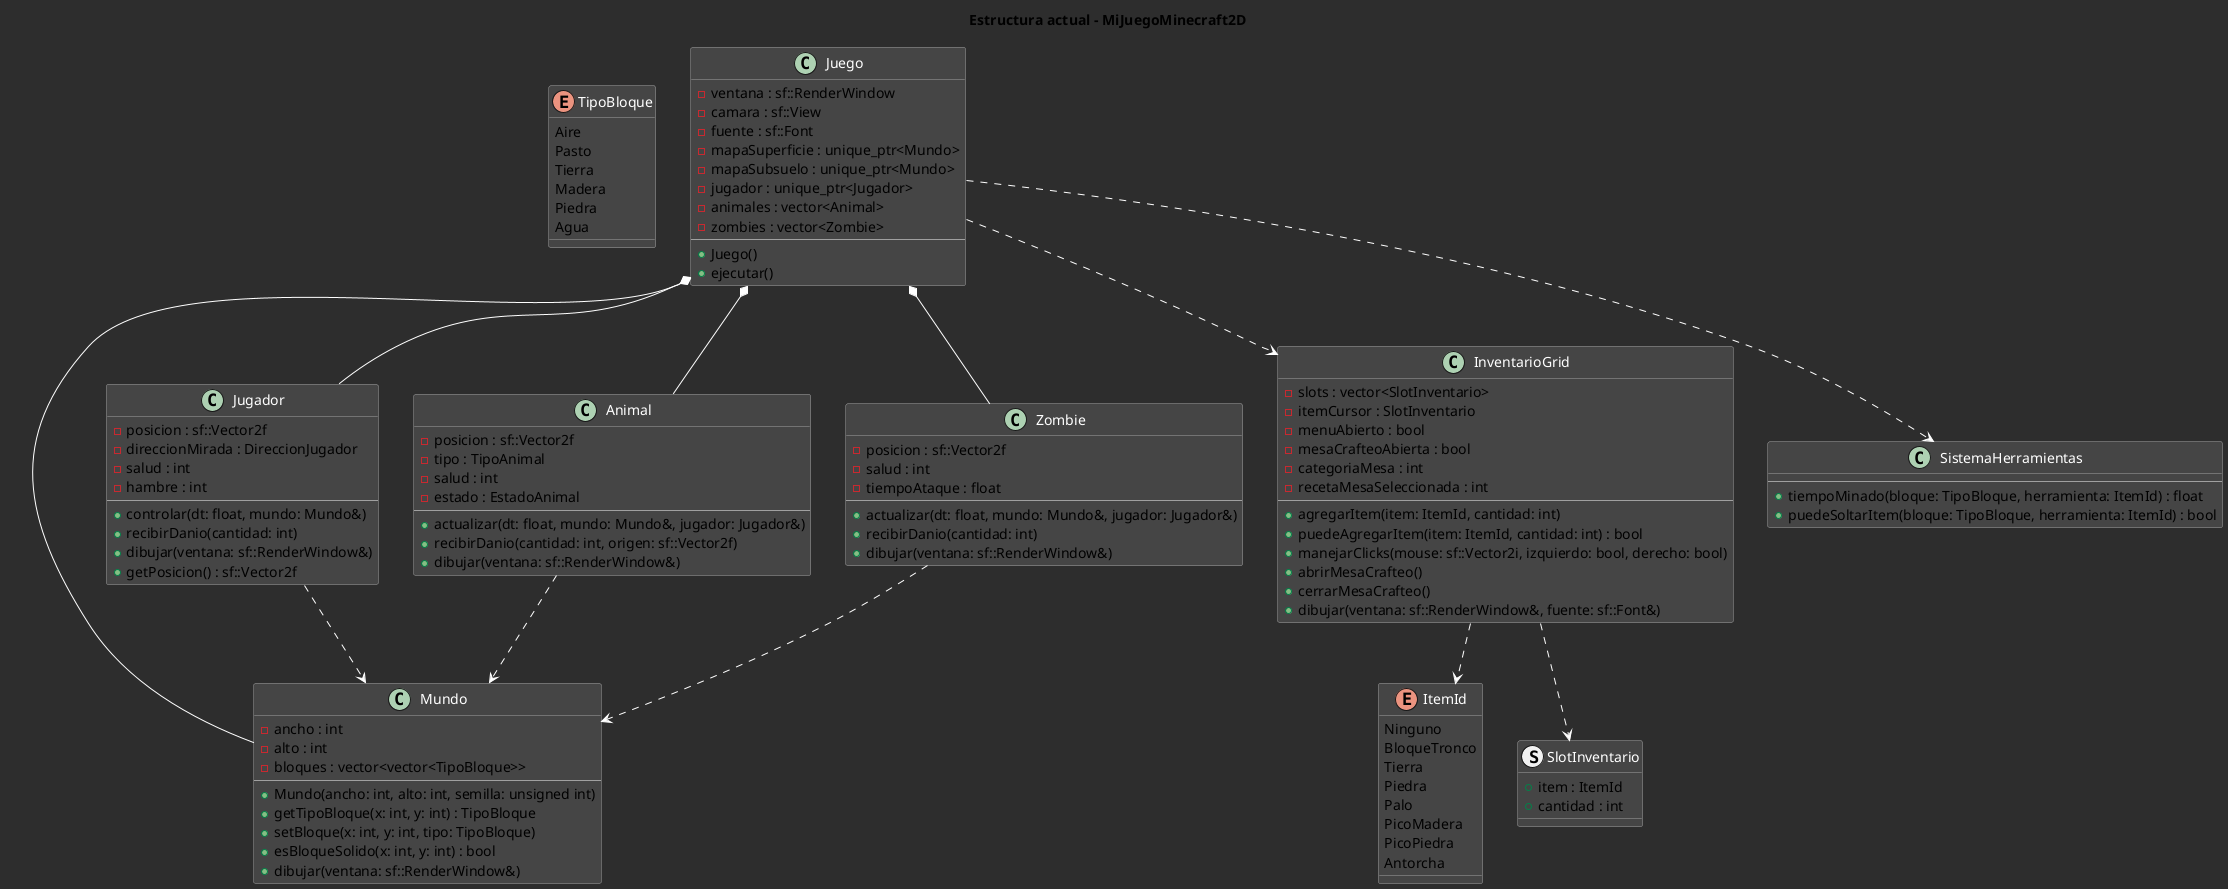
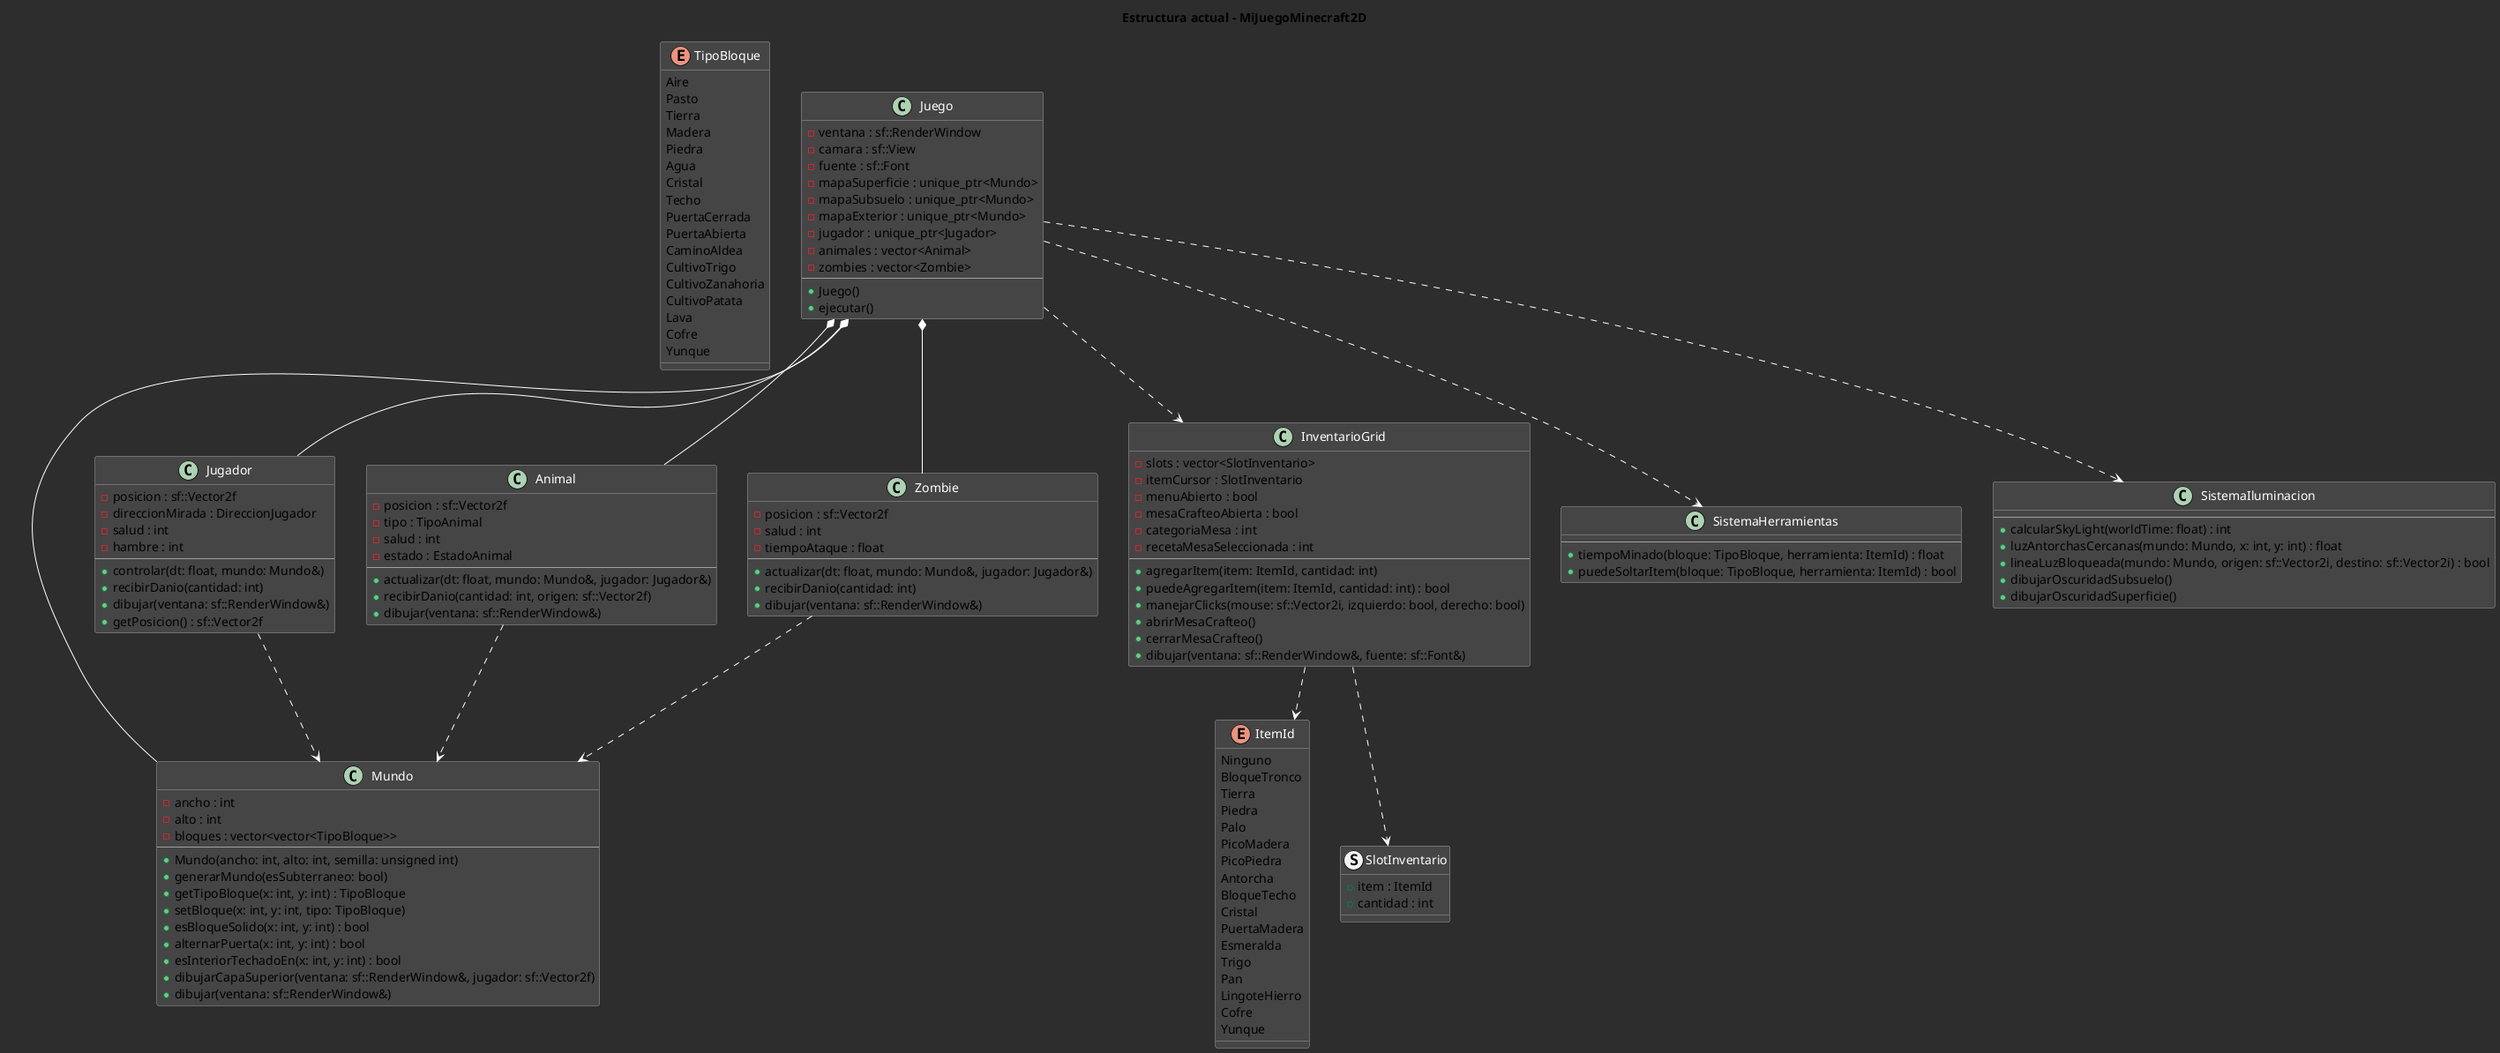
@startuml MiJuegoMinecraft2D

skinparam backgroundColor #2D2D2D
skinparam class {
    BackgroundColor #454545
    ArrowColor White
    BorderColor #A0A0A0
    FontColor White
    FontName "Courier New"
}

title Estructura actual - MiJuegoMinecraft2D

enum TipoBloque {
    Aire
    Pasto
    Tierra
    Madera
    Piedra
    Agua
+     Cristal
+     Techo
+     PuertaCerrada
+     PuertaAbierta
+     CaminoAldea
+     CultivoTrigo
+     CultivoZanahoria
+     CultivoPatata
+     Lava
+     Cofre
+     Yunque
}

enum ItemId {
    Ninguno
    BloqueTronco
    Tierra
    Piedra
    Palo
    PicoMadera
    PicoPiedra
    Antorcha
+     BloqueTecho
+     Cristal
+     PuertaMadera
+     Esmeralda
+     Trigo
+     Pan
+     LingoteHierro
+     Cofre
+     Yunque
}

struct SlotInventario {
    + item : ItemId
    + cantidad : int
}

class Juego {
    - ventana : sf::RenderWindow
    - camara : sf::View
    - fuente : sf::Font
    - mapaSuperficie : unique_ptr<Mundo>
    - mapaSubsuelo : unique_ptr<Mundo>
+     - mapaExterior : unique_ptr<Mundo>
    - jugador : unique_ptr<Jugador>
    - animales : vector<Animal>
    - zombies : vector<Zombie>
    --
    + Juego()
    + ejecutar()
}

class Mundo {
    - ancho : int
    - alto : int
    - bloques : vector<vector<TipoBloque>>
    --
    + Mundo(ancho: int, alto: int, semilla: unsigned int)
+     + generarMundo(esSubterraneo: bool)
    + getTipoBloque(x: int, y: int) : TipoBloque
    + setBloque(x: int, y: int, tipo: TipoBloque)
    + esBloqueSolido(x: int, y: int) : bool
+     + alternarPuerta(x: int, y: int) : bool
+     + esInteriorTechadoEn(x: int, y: int) : bool
+     + dibujarCapaSuperior(ventana: sf::RenderWindow&, jugador: sf::Vector2f)
    + dibujar(ventana: sf::RenderWindow&)
}

class Jugador {
    - posicion : sf::Vector2f
    - direccionMirada : DireccionJugador
    - salud : int
    - hambre : int
    --
    + controlar(dt: float, mundo: Mundo&)
    + recibirDanio(cantidad: int)
    + dibujar(ventana: sf::RenderWindow&)
    + getPosicion() : sf::Vector2f
}

class Animal {
    - posicion : sf::Vector2f
    - tipo : TipoAnimal
    - salud : int
    - estado : EstadoAnimal
    --
    + actualizar(dt: float, mundo: Mundo&, jugador: Jugador&)
    + recibirDanio(cantidad: int, origen: sf::Vector2f)
    + dibujar(ventana: sf::RenderWindow&)
}

class Zombie {
    - posicion : sf::Vector2f
    - salud : int
    - tiempoAtaque : float
    --
    + actualizar(dt: float, mundo: Mundo&, jugador: Jugador&)
    + recibirDanio(cantidad: int)
    + dibujar(ventana: sf::RenderWindow&)
}

class InventarioGrid {
    - slots : vector<SlotInventario>
    - itemCursor : SlotInventario
    - menuAbierto : bool
    - mesaCrafteoAbierta : bool
    - categoriaMesa : int
    - recetaMesaSeleccionada : int
    --
    + agregarItem(item: ItemId, cantidad: int)
    + puedeAgregarItem(item: ItemId, cantidad: int) : bool
    + manejarClicks(mouse: sf::Vector2i, izquierdo: bool, derecho: bool)
    + abrirMesaCrafteo()
    + cerrarMesaCrafteo()
    + dibujar(ventana: sf::RenderWindow&, fuente: sf::Font&)
}

class SistemaHerramientas {
    --
    + tiempoMinado(bloque: TipoBloque, herramienta: ItemId) : float
    + puedeSoltarItem(bloque: TipoBloque, herramienta: ItemId) : bool
}

+ class SistemaIluminacion {
+     --
+     + calcularSkyLight(worldTime: float) : int
+     + luzAntorchasCercanas(mundo: Mundo, x: int, y: int) : float
+     + lineaLuzBloqueada(mundo: Mundo, origen: sf::Vector2i, destino: sf::Vector2i) : bool
+     + dibujarOscuridadSubsuelo()
+     + dibujarOscuridadSuperficie()
+ }
+ 
Juego *-- Mundo
Juego *-- Jugador
Juego *-- Animal
Juego *-- Zombie
Juego ..> InventarioGrid
Juego ..> SistemaHerramientas
+ Juego ..> SistemaIluminacion
Jugador ..> Mundo
Animal ..> Mundo
Zombie ..> Mundo
InventarioGrid ..> SlotInventario
InventarioGrid ..> ItemId

@enduml
